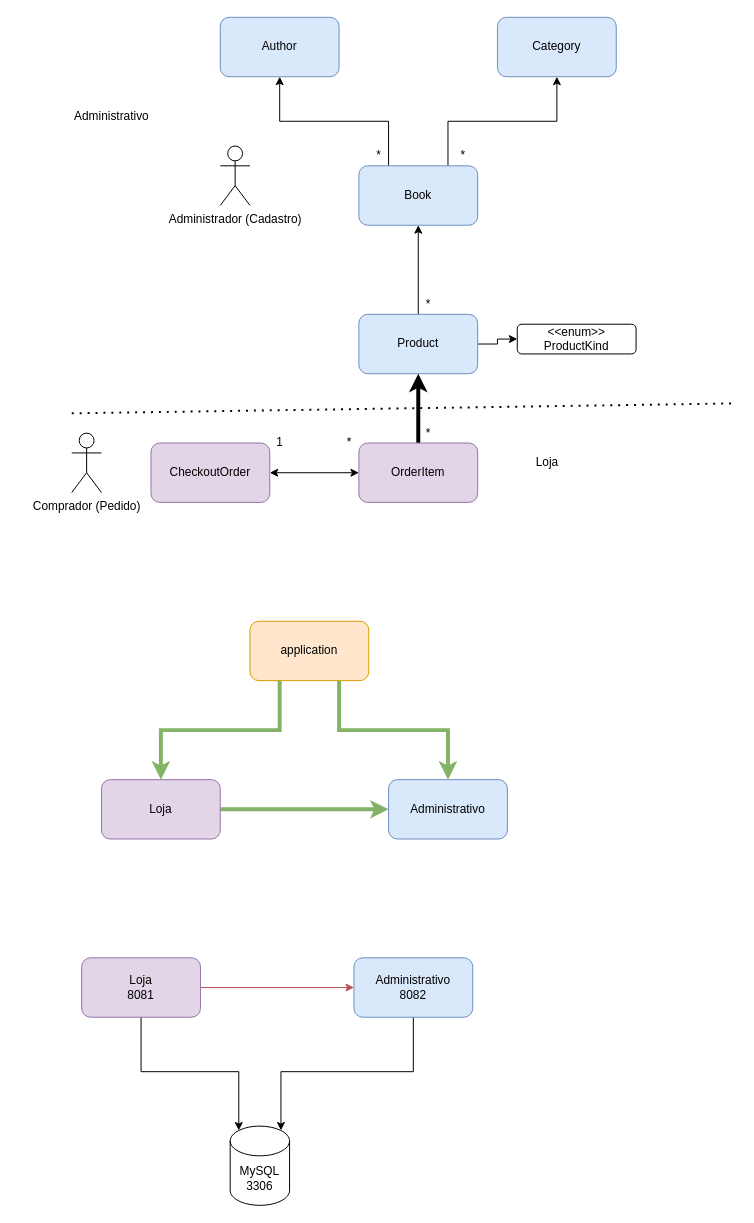
This is diagrama.drawio from alexandreaquiles/fj27-custom-jd, a draw.io file, before an edit. Source tidied: cells renumbered, new cells numbered last; positions are measured from the earlier drawing's top-left corner, leaving out a move shared by most shapes. Both pictures are drawn from the tidied source at 99%, with x=0, y=0 at pixel (66, 17).
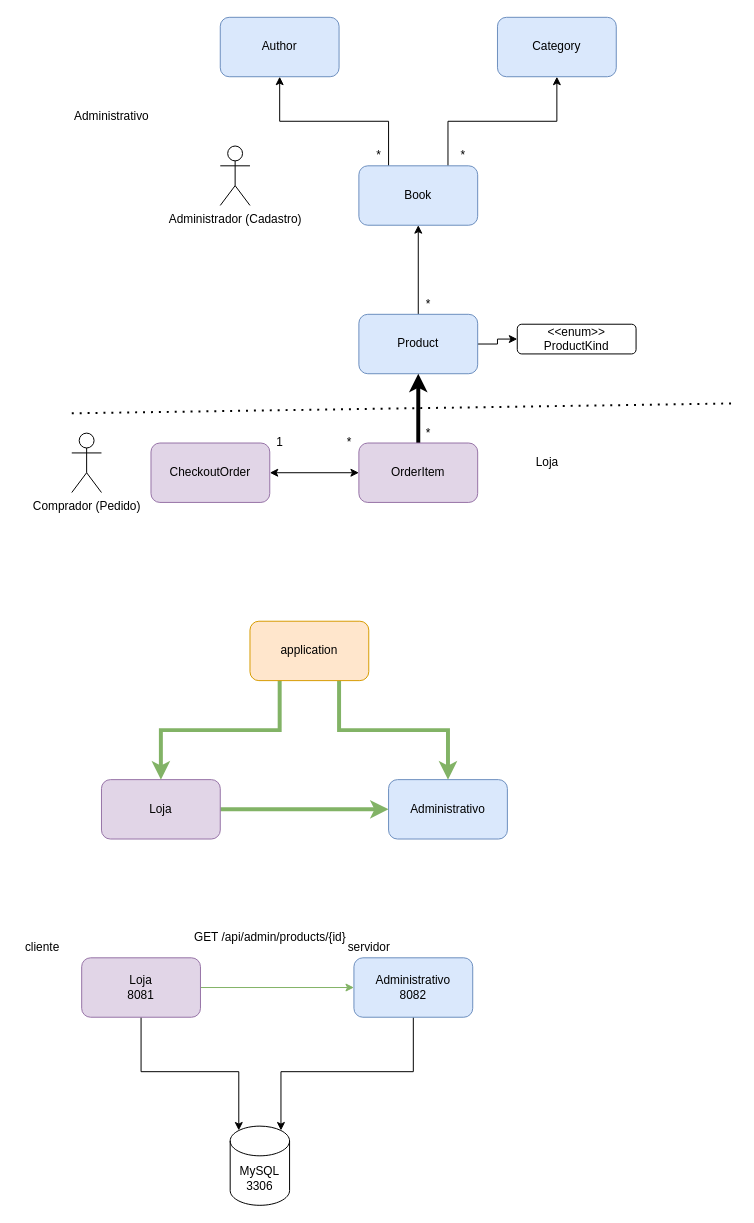
The same diagram, later.

The change refers to these unchanged cells:
```xml
<mxCell id="34" value="Loja&lt;br&gt;8081" style="rounded=1;whiteSpace=wrap;html=1;fillColor=#e1d5e7;strokeColor=#9673a6;" parent="1" vertex="1">
  <mxGeometry x="15" y="950" width="120" height="60" as="geometry" />
</mxCell>
<mxCell id="36" value="Administrativo&lt;br&gt;8082" style="rounded=1;whiteSpace=wrap;html=1;fillColor=#dae8fc;strokeColor=#6c8ebf;" parent="1" vertex="1">
  <mxGeometry x="290" y="950" width="120" height="60" as="geometry" />
</mxCell>
```

What changed in the source:
```diff
@@
-    <mxCell id="33" style="edgeStyle=orthogonalEdgeStyle;rounded=0;jettySize=auto;html=1;exitX=1;exitY=0.5;exitDx=0;exitDy=0;entryX=0;entryY=0.5;entryDx=0;entryDy=0;fillColor=#f8cecc;strokeColor=#b85450;" parent="1" edge="1" source="34" target="36">
+    <mxCell id="33" style="edgeStyle=orthogonalEdgeStyle;rounded=0;jettySize=auto;html=1;exitX=1;exitY=0.5;exitDx=0;exitDy=0;entryX=0;entryY=0.5;entryDx=0;entryDy=0;fillColor=#d5e8d4;strokeColor=#82b366;" parent="1" edge="1" source="34" target="36">
       <mxGeometry relative="1" as="geometry" />
     </mxCell>
@@
+    <mxCell id="38" value="cliente" style="text;html=1;align=center;verticalAlign=middle;" parent="1" vertex="1">
+      <mxGeometry x="-50" y="930" width="50" height="20" as="geometry" />
+    </mxCell>
+    <mxCell id="39" value="servidor" style="text;html=1;align=center;verticalAlign=middle;" parent="1" vertex="1">
+      <mxGeometry x="275" y="930" width="60" height="20" as="geometry" />
+    </mxCell>
+    <mxCell id="40" value="GET /api/admin/products/{id}" style="text;html=1;align=center;verticalAlign=middle;" parent="1" vertex="1">
+      <mxGeometry x="120" y="920" width="170" height="20" as="geometry" />
+    </mxCell>
```
